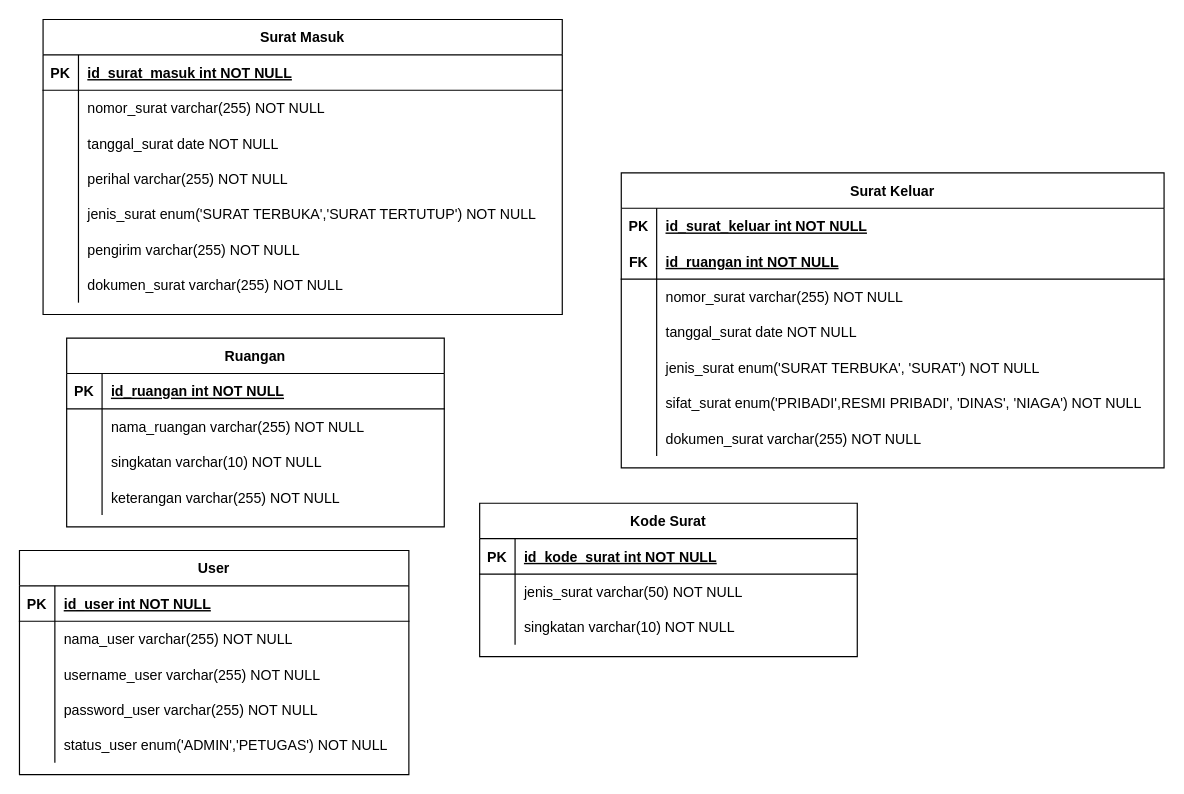
Before: Database Schema.drawio in yafizh/Surat-Masuk-Surat-Keluar, a draw.io diagram. Source tidied: cells renumbered, new cells numbered last; positions are measured from the earlier drawing's top-left corner, leaving out a move shared by most shapes. Both pictures are drawn from the tidied source at 118%, with x=0, y=0 at pixel (19, 19).
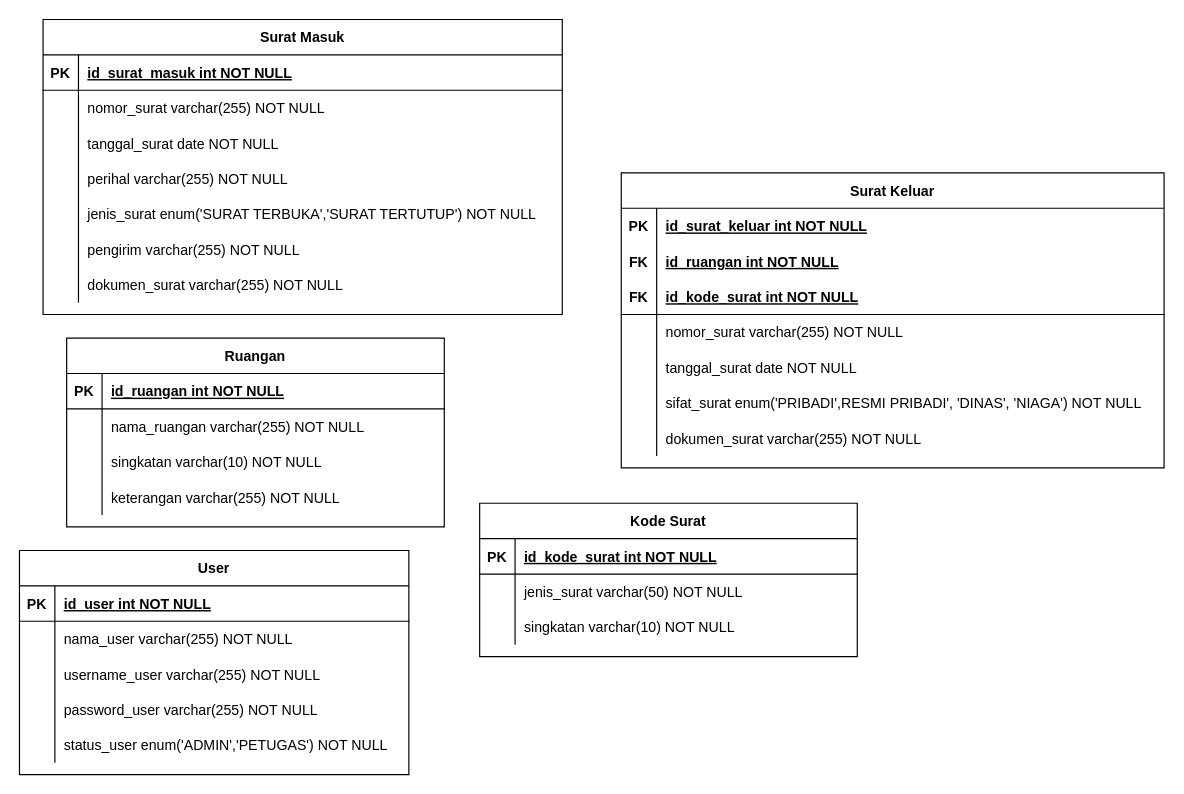
After the change.

Commit message (it also covers changes not shown here):
change column in feature surat keluar

Unchanged cells that the change refers to:
```xml
<mxCell id="2" value="Surat Keluar" style="shape=table;startSize=30;childLayout=tableLayout;rowLines=0;fontStyle=1;align=center;" parent="1" vertex="1">
  <mxGeometry x="510" y="130" width="460" height="250" as="geometry" />
</mxCell>
```

The edit, as a diff of the source:
```diff
@@
+    <mxCell id="85" style="shape=partialRectangle;fillColor=none;top=0;left=0;right=0;bottom=1;strokeColor=none;" parent="2" vertex="1">
+      <mxGeometry y="60" width="460" height="30" as="geometry" />
+    </mxCell>
+    <mxCell id="86" value="FK" style="shape=partialRectangle;overflow=hidden;fillColor=none;top=0;left=0;bottom=0;right=0;fontStyle=1;" parent="85" vertex="1">
+      <mxGeometry width="30" height="30" as="geometry" />
+    </mxCell>
+    <mxCell id="87" value="id_ruangan int NOT NULL " style="shape=partialRectangle;overflow=hidden;fillColor=none;top=0;left=0;bottom=0;right=0;align=left;spacingLeft=6;fontStyle=5;" parent="85" vertex="1">
+      <mxGeometry x="30" width="430" height="30" as="geometry" />
+    </mxCell>
     <mxCell id="6" style="shape=partialRectangle;fillColor=none;top=0;left=0;right=0;bottom=1;" parent="2" vertex="1">
-      <mxGeometry y="60" width="460" height="30" as="geometry" />
+      <mxGeometry y="90" width="460" height="30" as="geometry" />
     </mxCell>
@@
-    <mxCell id="8" value="id_ruangan int NOT NULL " style="shape=partialRectangle;overflow=hidden;fillColor=none;top=0;left=0;bottom=0;right=0;align=left;spacingLeft=6;fontStyle=5;" parent="6" vertex="1">
+    <mxCell id="8" value="id_kode_surat int NOT NULL " style="shape=partialRectangle;overflow=hidden;fillColor=none;top=0;left=0;bottom=0;right=0;align=left;spacingLeft=6;fontStyle=5;" parent="6" vertex="1">
       <mxGeometry x="30" width="430" height="30" as="geometry" />
     </mxCell>
     <mxCell id="9" style="shape=partialRectangle;fillColor=none;top=0;left=0;right=0;bottom=0;" parent="2" vertex="1">
-      <mxGeometry y="90" width="460" height="30" as="geometry" />
+      <mxGeometry y="120" width="460" height="30" as="geometry" />
     </mxCell>
@@
     <mxCell id="12" style="shape=partialRectangle;fillColor=none;top=0;left=0;right=0;bottom=0;" parent="2" vertex="1">
-      <mxGeometry y="120" width="460" height="30" as="geometry" />
+      <mxGeometry y="150" width="460" height="30" as="geometry" />
     </mxCell>
@@
-    <mxCell id="15" style="shape=partialRectangle;fillColor=none;top=0;left=0;right=0;bottom=0;" parent="2" vertex="1">
-      <mxGeometry y="150" width="460" height="30" as="geometry" />
-    </mxCell>
-    <mxCell id="16" style="shape=partialRectangle;overflow=hidden;fillColor=none;top=0;left=0;bottom=0;right=0;" parent="15" vertex="1">
-      <mxGeometry width="30" height="30" as="geometry" />
-    </mxCell>
-    <mxCell id="17" value="jenis_surat enum('SURAT TERBUKA', 'SURAT') NOT NULL" style="shape=partialRectangle;overflow=hidden;fillColor=none;top=0;left=0;bottom=0;right=0;align=left;spacingLeft=6;" parent="15" vertex="1">
-      <mxGeometry x="30" width="430" height="30" as="geometry" />
-    </mxCell>
```
